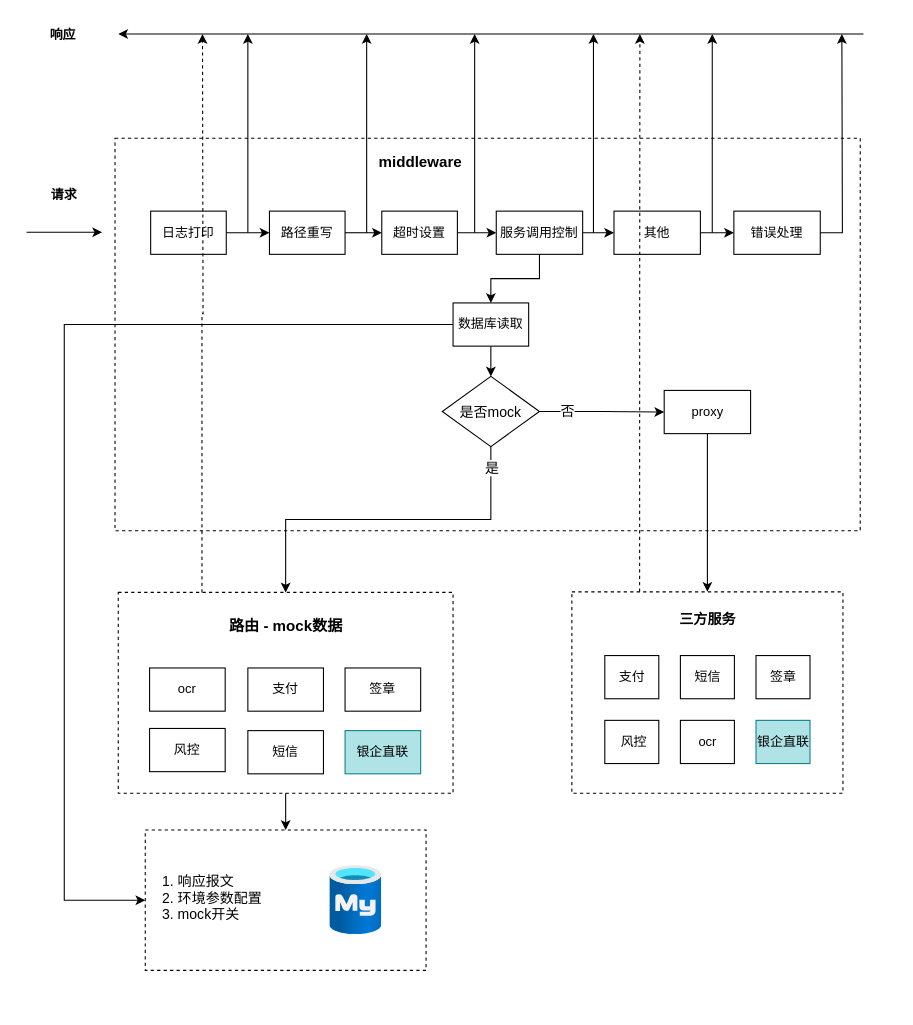
The draw.io diagram mock-server.drawio in zlv2s/diagram, before the edit. Source tidied: cells renumbered, new cells numbered last; positions are measured from the earlier drawing's top-left corner, leaving out a move shared by most shapes. Both pictures are drawn from the tidied source at 108%, with x=0, y=0 at pixel (26, 18).
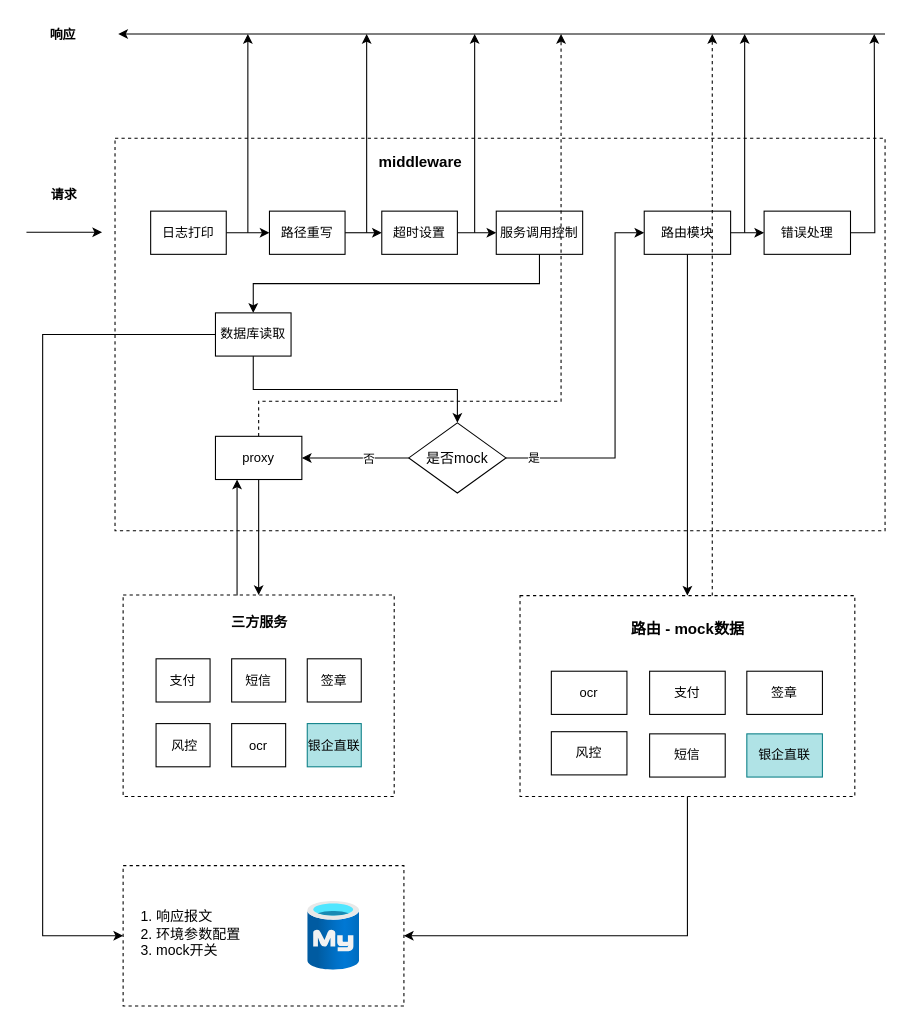
After the change.

The change refers to these unchanged cells:
```xml
<mxCell id="14" value="服务调用控制" style="rounded=0;whiteSpace=wrap;html=1;" parent="1" vertex="1">
  <mxGeometry x="435" y="178" width="80" height="40" as="geometry" />
</mxCell>
<mxCell id="30" style="rounded=0;whiteSpace=wrap;html=1;dashed=1;fontSize=13;fillColor=none;" parent="24" vertex="1">
  <mxGeometry width="251" height="186.5" as="geometry" />
</mxCell>
<mxCell id="34" style="rounded=0;whiteSpace=wrap;html=1;dashed=1;fontSize=14;fillColor=none;" parent="33" vertex="1">
  <mxGeometry width="310" height="186" as="geometry" />
</mxCell>
```

Change to the diagram source:
```diff
@@
     <mxCell id="3" style="rounded=0;whiteSpace=wrap;html=1;dashed=1;fillColor=none;" parent="1" vertex="1">
-      <mxGeometry x="82" y="110.5" width="690" height="363.5" as="geometry" />
+      <mxGeometry x="82" y="110.5" width="713" height="363.5" as="geometry" />
     </mxCell>
@@
-    <mxCell id="12" style="edgeStyle=orthogonalEdgeStyle;rounded=0;jettySize=auto;html=1;exitX=1;exitY=0.5;exitDx=0;exitDy=0;fontSize=14;" parent="1" edge="1" source="14" target="20">
-      <mxGeometry relative="1" as="geometry" />
-    </mxCell>
@@
-    <mxCell id="15" style="edgeStyle=orthogonalEdgeStyle;rounded=0;jettySize=auto;html=1;exitX=0.5;exitY=1;exitDx=0;exitDy=0;fontSize=14;" parent="1" edge="1" source="19" target="34">
-      <mxGeometry relative="1" as="geometry" />
-    </mxCell>
-    <mxCell id="16" value="是" style="edgeLabel;html=1;align=center;verticalAlign=middle;fontSize=13;" parent="15" vertex="1">
-      <mxGeometry x="-0.81" relative="1" as="geometry">
-        <mxPoint y="-12" as="offset" />
-      </mxGeometry>
-    </mxCell>
-    <mxCell id="17" style="edgeStyle=orthogonalEdgeStyle;rounded=0;jettySize=auto;html=1;exitX=1;exitY=0.5;exitDx=0;exitDy=0;entryX=0;entryY=0.5;entryDx=0;entryDy=0;fontSize=13;" parent="1" edge="1" source="19" target="43">
+    <mxCell id="17" style="edgeStyle=orthogonalEdgeStyle;rounded=0;jettySize=auto;html=1;exitX=0;exitY=0.5;exitDx=0;exitDy=0;entryX=1;entryY=0.5;entryDx=0;entryDy=0;" parent="1" edge="1" source="19" target="43">
       <mxGeometry relative="1" as="geometry" />
     </mxCell>
-    <mxCell id="18" value="否" style="edgeLabel;html=1;align=center;verticalAlign=middle;fontSize=13;" parent="17" vertex="1">
-      <mxGeometry x="-0.8" y="1" relative="1" as="geometry">
-        <mxPoint x="13" as="offset" />
-      </mxGeometry>
+    <mxCell id="18" value="否" style="edgeLabel;html=1;align=center;verticalAlign=middle;" parent="17" vertex="1">
+      <mxGeometry x="-0.23" y="1" relative="1" as="geometry" />
     </mxCell>
+    <mxCell id="60" style="edgeStyle=orthogonalEdgeStyle;rounded=0;jettySize=auto;html=1;exitX=1;exitY=0.5;exitDx=0;exitDy=0;entryX=0;entryY=0.5;entryDx=0;entryDy=0;" parent="1" edge="1" source="19" target="20">
+      <mxGeometry relative="1" as="geometry">
+        <Array as="points">
+          <mxPoint x="545" y="407" />
+          <mxPoint x="545" y="198" />
+        </Array>
+      </mxGeometry>
+    </mxCell>
+    <mxCell id="16" value="是" style="edgeLabel;html=1;align=center;verticalAlign=middle;" parent="60" vertex="1">
+      <mxGeometry x="-0.77" y="-1" relative="1" as="geometry">
+        <mxPoint x="-14" y="-1" as="offset" />
+      </mxGeometry>
+    </mxCell>
     <mxCell id="19" value="&lt;font style=&quot;font-size: 13px&quot;&gt;是否mock&lt;/font&gt;" style="rhombus;whiteSpace=wrap;html=1;fontSize=14;fillColor=none;" parent="1" vertex="1">
-      <mxGeometry x="385" y="331" width="90" height="65" as="geometry" />
+      <mxGeometry x="354" y="374" width="90" height="65" as="geometry" />
     </mxCell>
+    <mxCell id="61" style="edgeStyle=orthogonalEdgeStyle;rounded=0;jettySize=auto;html=1;exitX=0.5;exitY=1;exitDx=0;exitDy=0;entryX=0.5;entryY=0;entryDx=0;entryDy=0;" parent="1" edge="1" source="20" target="34">
+      <mxGeometry relative="1" as="geometry" />
+    </mxCell>
-    <mxCell id="20" value="其他" style="rounded=0;whiteSpace=wrap;html=1;fillColor=none;" parent="1" vertex="1">
-      <mxGeometry x="544" y="178" width="80" height="40" as="geometry" />
+    <mxCell id="20" value="路由模块" style="rounded=0;whiteSpace=wrap;html=1;fillColor=default;" parent="1" vertex="1">
+      <mxGeometry x="572" y="178" width="80" height="40" as="geometry" />
     </mxCell>
@@
-    <mxCell id="22" style="edgeStyle=orthogonalEdgeStyle;rounded=0;jettySize=auto;html=1;exitX=1;exitY=0.5;exitDx=0;exitDy=0;fontSize=13;" parent="1" edge="1" source="23">
-      <mxGeometry relative="1" as="geometry">
-        <mxPoint x="755" y="14" as="targetPoint" />
-      </mxGeometry>
-    </mxCell>
+    <mxCell id="62" style="edgeStyle=orthogonalEdgeStyle;rounded=0;jettySize=auto;html=1;exitX=1;exitY=0.5;exitDx=0;exitDy=0;" parent="1" edge="1" source="23">
+      <mxGeometry relative="1" as="geometry">
+        <mxPoint x="785" y="14" as="targetPoint" />
+      </mxGeometry>
+    </mxCell>
     <mxCell id="23" value="错误处理" style="rounded=0;whiteSpace=wrap;html=1;" parent="1" vertex="1">
-      <mxGeometry x="655" y="178" width="80" height="40" as="geometry" />
+      <mxGeometry x="683" y="178" width="80" height="40" as="geometry" />
     </mxCell>
     <mxCell id="24" style="group;" parent="1" vertex="1">
-      <mxGeometry x="505" y="530.5" width="251" height="186.5" as="geometry" />
+      <mxGeometry x="89.5" y="533.5" width="251" height="186.5" as="geometry" />
     </mxCell>
@@
     <mxCell id="33" style="group;" parent="1" vertex="1">
-      <mxGeometry x="85" y="531" width="310" height="186" as="geometry" />
+      <mxGeometry x="457" y="534" width="310" height="186" as="geometry" />
     </mxCell>
@@
+    <mxCell id="63" style="edgeStyle=orthogonalEdgeStyle;rounded=0;jettySize=auto;html=1;exitX=0.5;exitY=0;exitDx=0;exitDy=0;dashed=1;" parent="1" edge="1" source="43">
+      <mxGeometry relative="1" as="geometry">
+        <mxPoint x="495" y="14" as="targetPoint" />
+        <Array as="points">
+          <mxPoint x="215" y="354" />
+          <mxPoint x="495" y="354" />
+        </Array>
+      </mxGeometry>
+    </mxCell>
     <mxCell id="43" value="proxy" style="rounded=0;whiteSpace=wrap;html=1;" parent="1" vertex="1">
-      <mxGeometry x="590.5" y="344" width="80" height="40" as="geometry" />
+      <mxGeometry x="175" y="386.5" width="80" height="40" as="geometry" />
     </mxCell>
     <mxCell id="44" style="endArrow=classic;html=1;rounded=0;fontSize=13;" parent="1" edge="1">
       <mxGeometry relative="1" as="geometry">
-        <mxPoint x="775" y="14" as="sourcePoint" />
+        <mxPoint x="795" y="14" as="sourcePoint" />
         <mxPoint x="85" y="14" as="targetPoint" />
       </mxGeometry>
     </mxCell>
-    <mxCell id="45" style="edgeStyle=orthogonalEdgeStyle;rounded=0;jettySize=auto;html=1;exitX=0.25;exitY=0;exitDx=0;exitDy=0;fontSize=13;dashed=1;" parent="1" edge="1" source="34">
-      <mxGeometry relative="1" as="geometry">
-        <mxPoint x="163" y="14" as="targetPoint" />
-      </mxGeometry>
-    </mxCell>
-    <mxCell id="46" style="edgeStyle=orthogonalEdgeStyle;rounded=0;jettySize=auto;html=1;exitX=0.25;exitY=0;exitDx=0;exitDy=0;dashed=1;fontSize=13;" parent="1" edge="1" source="30">
-      <mxGeometry relative="1" as="geometry">
-        <mxPoint x="568" y="14" as="targetPoint" />
-      </mxGeometry>
-    </mxCell>
@@
-    <mxCell id="50" style="endArrow=classic;html=1;rounded=0;fontSize=13;" parent="1" edge="1">
-      <mxGeometry relative="1" as="geometry">
-        <mxPoint x="525" y="198" as="sourcePoint" />
-        <mxPoint x="525" y="14" as="targetPoint" />
-      </mxGeometry>
-    </mxCell>
     <mxCell id="51" style="endArrow=classic;html=1;rounded=0;fontSize=13;" parent="1" edge="1">
       <mxGeometry relative="1" as="geometry">
-        <mxPoint x="635" y="198" as="sourcePoint" />
-        <mxPoint x="635" y="14" as="targetPoint" />
+        <mxPoint x="665" y="198" as="sourcePoint" />
+        <mxPoint x="665" y="14" as="targetPoint" />
       </mxGeometry>
     </mxCell>
@@
-    <mxCell id="53" style="html=1;align=center;image;fontSize=12;image=img/lib/azure2/databases/Azure_Database_MySQL_Server.svg;dashed=1;fillColor=none;" parent="1" vertex="1">
-      <mxGeometry x="281" y="784" width="48" height="64" as="geometry" />
-    </mxCell>
-    <mxCell id="54" style="rounded=0;whiteSpace=wrap;html=1;dashed=1;fontSize=13;fillColor=none;" parent="1" vertex="1">
-      <mxGeometry x="110" y="751" width="260" height="130" as="geometry" />
-    </mxCell>
-    <mxCell id="55" style="edgeStyle=orthogonalEdgeStyle;rounded=0;jettySize=auto;html=1;exitX=0.5;exitY=1;exitDx=0;exitDy=0;entryX=0.5;entryY=0;entryDx=0;entryDy=0;fontSize=13;" parent="1" edge="1" source="34" target="54">
-      <mxGeometry relative="1" as="geometry" />
-    </mxCell>
-    <mxCell id="56" value="1. 响应报文&lt;br&gt;2. 环境参数配置&lt;br&gt;3. mock开关" style="text;html=1;strokeColor=none;fillColor=none;align=left;verticalAlign=middle;whiteSpace=wrap;rounded=0;dashed=1;fontSize=13;" parent="1" vertex="1">
-      <mxGeometry x="124" y="774" width="121" height="80" as="geometry" />
-    </mxCell>
@@
-    <mxCell id="58" style="edgeStyle=orthogonalEdgeStyle;rounded=0;jettySize=auto;html=1;exitX=0;exitY=0.5;exitDx=0;exitDy=0;entryX=0;entryY=0.5;entryDx=0;entryDy=0;fontSize=13;" parent="1" edge="1" source="59" target="54">
+    <mxCell id="58" style="edgeStyle=orthogonalEdgeStyle;rounded=0;jettySize=auto;html=1;exitX=0;exitY=0.5;exitDx=0;exitDy=0;entryX=0;entryY=0.5;entryDx=0;entryDy=0;" parent="1" edge="1" source="59" target="54">
       <mxGeometry relative="1" as="geometry">
         <Array as="points">
-          <mxPoint x="35" y="283" />
-          <mxPoint x="35" y="816" />
+          <mxPoint x="15" y="292" />
+          <mxPoint x="15" y="849" />
         </Array>
       </mxGeometry>
     </mxCell>
     <mxCell id="59" value="数据库读取" style="rounded=0;whiteSpace=wrap;html=1;" parent="1" vertex="1">
-      <mxGeometry x="395" y="263" width="70" height="40" as="geometry" />
+      <mxGeometry x="175" y="272.2" width="70" height="40" as="geometry" />
     </mxCell>
+    <mxCell id="64" style="group;" parent="1" vertex="1">
+      <mxGeometry x="89.5" y="784" width="260" height="130" as="geometry" />
+    </mxCell>
+    <mxCell id="53" style="html=1;align=center;image;fontSize=12;image=img/lib/azure2/databases/Azure_Database_MySQL_Server.svg;dashed=1;fillColor=none;" parent="64" vertex="1">
+      <mxGeometry x="171" y="33" width="48" height="64" as="geometry" />
+    </mxCell>
+    <mxCell id="54" style="rounded=0;whiteSpace=wrap;html=1;dashed=1;fontSize=13;fillColor=none;" parent="64" vertex="1">
+      <mxGeometry width="260" height="130" as="geometry" />
+    </mxCell>
+    <mxCell id="56" value="1. 响应报文&lt;br&gt;2. 环境参数配置&lt;br&gt;3. mock开关" style="text;html=1;strokeColor=none;fillColor=none;align=left;verticalAlign=middle;whiteSpace=wrap;rounded=0;dashed=1;fontSize=13;" parent="64" vertex="1">
+      <mxGeometry x="14" y="23" width="121" height="80" as="geometry" />
+    </mxCell>
+    <mxCell id="55" style="edgeStyle=orthogonalEdgeStyle;rounded=0;jettySize=auto;html=1;exitX=0.5;exitY=1;exitDx=0;exitDy=0;entryX=1;entryY=0.5;entryDx=0;entryDy=0;" parent="1" edge="1" source="34" target="54">
+      <mxGeometry relative="1" as="geometry" />
+    </mxCell>
+    <mxCell id="65" style="edgeStyle=orthogonalEdgeStyle;rounded=0;jettySize=auto;html=1;entryX=0.25;entryY=1;entryDx=0;entryDy=0;" parent="1" edge="1" target="43">
+      <mxGeometry relative="1" as="geometry">
+        <mxPoint x="195" y="534" as="sourcePoint" />
+        <Array as="points">
+          <mxPoint x="195" y="534" />
+        </Array>
+      </mxGeometry>
+    </mxCell>
+    <mxCell id="66" style="edgeStyle=orthogonalEdgeStyle;rounded=0;orthogonalLoop=1;jettySize=auto;html=1;dashed=1;" parent="1" edge="1">
+      <mxGeometry relative="1" as="geometry">
+        <mxPoint x="635" y="534" as="sourcePoint" />
+        <mxPoint x="635" y="14" as="targetPoint" />
+        <Array as="points">
+          <mxPoint x="635" y="534" />
+        </Array>
+      </mxGeometry>
+    </mxCell>
```
